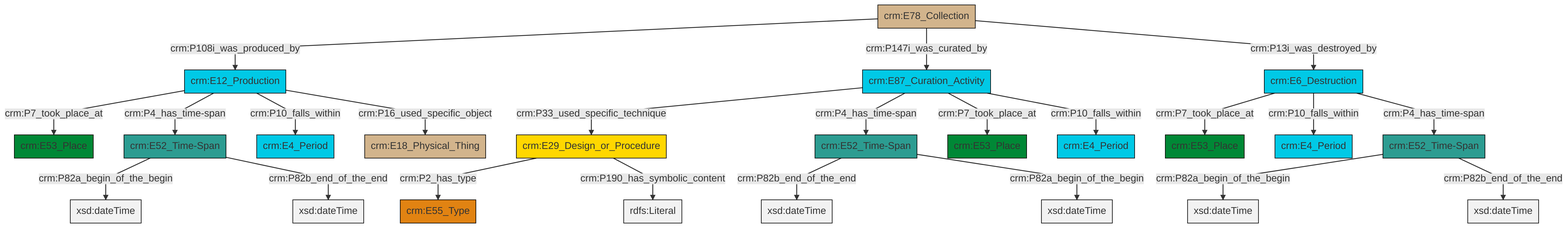
This is et/archivalCSV/ttl/mmd/png/archival_existence.png from swiss-art-research-net/docs.swissartresearch, a Mermaid export, as it was before one commit. Its source is kept beside it as et/archivalCSV/ttl/mmd/archival_existence.ttl.mmd.
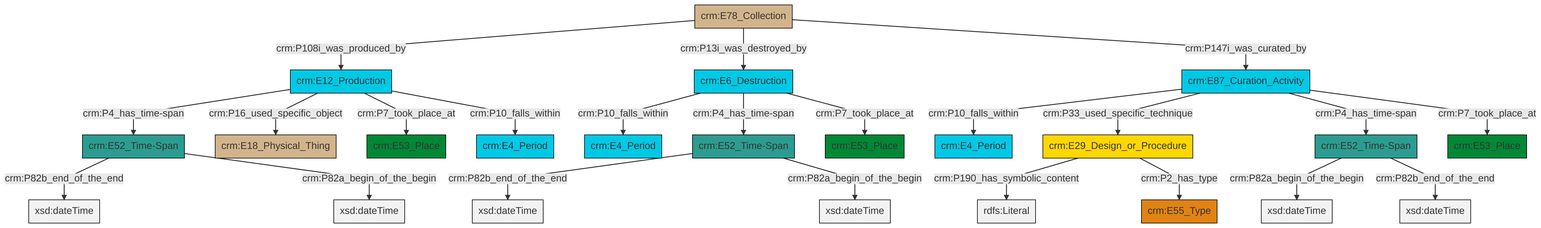
Later version of the same file.

Change to the diagram source:
```diff
@@ -13,25 +13,25 @@
 classDef PC_Classes fill:#4ce600, stroke:#000000;
 classDef Multi fill:#cccccc,stroke:#000000;
 
-0["crm:E87_Curation_Activity"]:::Temporal_Entity -->|crm:P33_used_specific_technique| 1["crm:E29_Design_or_Procedure"]:::Conceptual_Object
-2["crm:E78_Collection"]:::Physical_Thing -->|crm:P108i_was_produced_by| 3["crm:E12_Production"]:::Temporal_Entity
-3["crm:E12_Production"]:::Temporal_Entity -->|crm:P7_took_place_at| 7["crm:E53_Place"]:::Place
-8["crm:E52_Time-Span"]:::Time-Span -->|crm:P82b_end_of_the_end| 10[xsd:dateTime]:::Literal
-0["crm:E87_Curation_Activity"]:::Temporal_Entity -->|crm:P4_has_time-span| 8["crm:E52_Time-Span"]:::Time-Span
-0["crm:E87_Curation_Activity"]:::Temporal_Entity -->|crm:P7_took_place_at| 11["crm:E53_Place"]:::Place
-3["crm:E12_Production"]:::Temporal_Entity -->|crm:P4_has_time-span| 12["crm:E52_Time-Span"]:::Time-Span
-0["crm:E87_Curation_Activity"]:::Temporal_Entity -->|crm:P10_falls_within| 5["crm:E4_Period"]:::Temporal_Entity
-3["crm:E12_Production"]:::Temporal_Entity -->|crm:P10_falls_within| 13["crm:E4_Period"]:::Temporal_Entity
-1["crm:E29_Design_or_Procedure"]:::Conceptual_Object -->|crm:P2_has_type| 14["crm:E55_Type"]:::Type
-17["crm:E52_Time-Span"]:::Time-Span -->|crm:P82a_begin_of_the_begin| 18[xsd:dateTime]:::Literal
-15["crm:E6_Destruction"]:::Temporal_Entity -->|crm:P7_took_place_at| 21["crm:E53_Place"]:::Place
-17["crm:E52_Time-Span"]:::Time-Span -->|crm:P82b_end_of_the_end| 26[xsd:dateTime]:::Literal
-3["crm:E12_Production"]:::Temporal_Entity -->|crm:P16_used_specific_object| 27["crm:E18_Physical_Thing"]:::Physical_Thing
-12["crm:E52_Time-Span"]:::Time-Span -->|crm:P82a_begin_of_the_begin| 29[xsd:dateTime]:::Literal
-15["crm:E6_Destruction"]:::Temporal_Entity -->|crm:P10_falls_within| 30["crm:E4_Period"]:::Temporal_Entity
-2["crm:E78_Collection"]:::Physical_Thing -->|crm:P147i_was_curated_by| 0["crm:E87_Curation_Activity"]:::Temporal_Entity
-12["crm:E52_Time-Span"]:::Time-Span -->|crm:P82b_end_of_the_end| 33[xsd:dateTime]:::Literal
-15["crm:E6_Destruction"]:::Temporal_Entity -->|crm:P4_has_time-span| 17["crm:E52_Time-Span"]:::Time-Span
-8["crm:E52_Time-Span"]:::Time-Span -->|crm:P82a_begin_of_the_begin| 36[xsd:dateTime]:::Literal
-1["crm:E29_Design_or_Procedure"]:::Conceptual_Object -->|crm:P190_has_symbolic_content| 37[rdfs:Literal]:::Literal
-2["crm:E78_Collection"]:::Physical_Thing -->|crm:P13i_was_destroyed_by| 15["crm:E6_Destruction"]:::Temporal_Entity
+0["crm:E87_Curation_Activity"]:::Temporal_Entity -->|crm:P10_falls_within| 1["crm:E4_Period"]:::Temporal_Entity
+4["crm:E52_Time-Span"]:::Time-Span -->|crm:P82b_end_of_the_end| 5[xsd:dateTime]:::Literal
+8["crm:E29_Design_or_Procedure"]:::Conceptual_Object -->|crm:P190_has_symbolic_content| 10[rdfs:Literal]:::Literal
+8["crm:E29_Design_or_Procedure"]:::Conceptual_Object -->|crm:P2_has_type| 11["crm:E55_Type"]:::Type
+0["crm:E87_Curation_Activity"]:::Temporal_Entity -->|crm:P33_used_specific_technique| 8["crm:E29_Design_or_Procedure"]:::Conceptual_Object
+14["crm:E12_Production"]:::Temporal_Entity -->|crm:P4_has_time-span| 4["crm:E52_Time-Span"]:::Time-Span
+0["crm:E87_Curation_Activity"]:::Temporal_Entity -->|crm:P4_has_time-span| 15["crm:E52_Time-Span"]:::Time-Span
+16["crm:E52_Time-Span"]:::Time-Span -->|crm:P82b_end_of_the_end| 17[xsd:dateTime]:::Literal
+4["crm:E52_Time-Span"]:::Time-Span -->|crm:P82a_begin_of_the_begin| 18[xsd:dateTime]:::Literal
+21["crm:E78_Collection"]:::Physical_Thing -->|crm:P108i_was_produced_by| 14["crm:E12_Production"]:::Temporal_Entity
+14["crm:E12_Production"]:::Temporal_Entity -->|crm:P16_used_specific_object| 2["crm:E18_Physical_Thing"]:::Physical_Thing
+15["crm:E52_Time-Span"]:::Time-Span -->|crm:P82a_begin_of_the_begin| 22[xsd:dateTime]:::Literal
+16["crm:E52_Time-Span"]:::Time-Span -->|crm:P82a_begin_of_the_begin| 24[xsd:dateTime]:::Literal
+0["crm:E87_Curation_Activity"]:::Temporal_Entity -->|crm:P7_took_place_at| 12["crm:E53_Place"]:::Place
+21["crm:E78_Collection"]:::Physical_Thing -->|crm:P13i_was_destroyed_by| 6["crm:E6_Destruction"]:::Temporal_Entity
+21["crm:E78_Collection"]:::Physical_Thing -->|crm:P147i_was_curated_by| 0["crm:E87_Curation_Activity"]:::Temporal_Entity
+6["crm:E6_Destruction"]:::Temporal_Entity -->|crm:P10_falls_within| 19["crm:E4_Period"]:::Temporal_Entity
+15["crm:E52_Time-Span"]:::Time-Span -->|crm:P82b_end_of_the_end| 32[xsd:dateTime]:::Literal
+6["crm:E6_Destruction"]:::Temporal_Entity -->|crm:P4_has_time-span| 16["crm:E52_Time-Span"]:::Time-Span
+14["crm:E12_Production"]:::Temporal_Entity -->|crm:P7_took_place_at| 33["crm:E53_Place"]:::Place
+6["crm:E6_Destruction"]:::Temporal_Entity -->|crm:P7_took_place_at| 29["crm:E53_Place"]:::Place
+14["crm:E12_Production"]:::Temporal_Entity -->|crm:P10_falls_within| 25["crm:E4_Period"]:::Temporal_Entity
```
